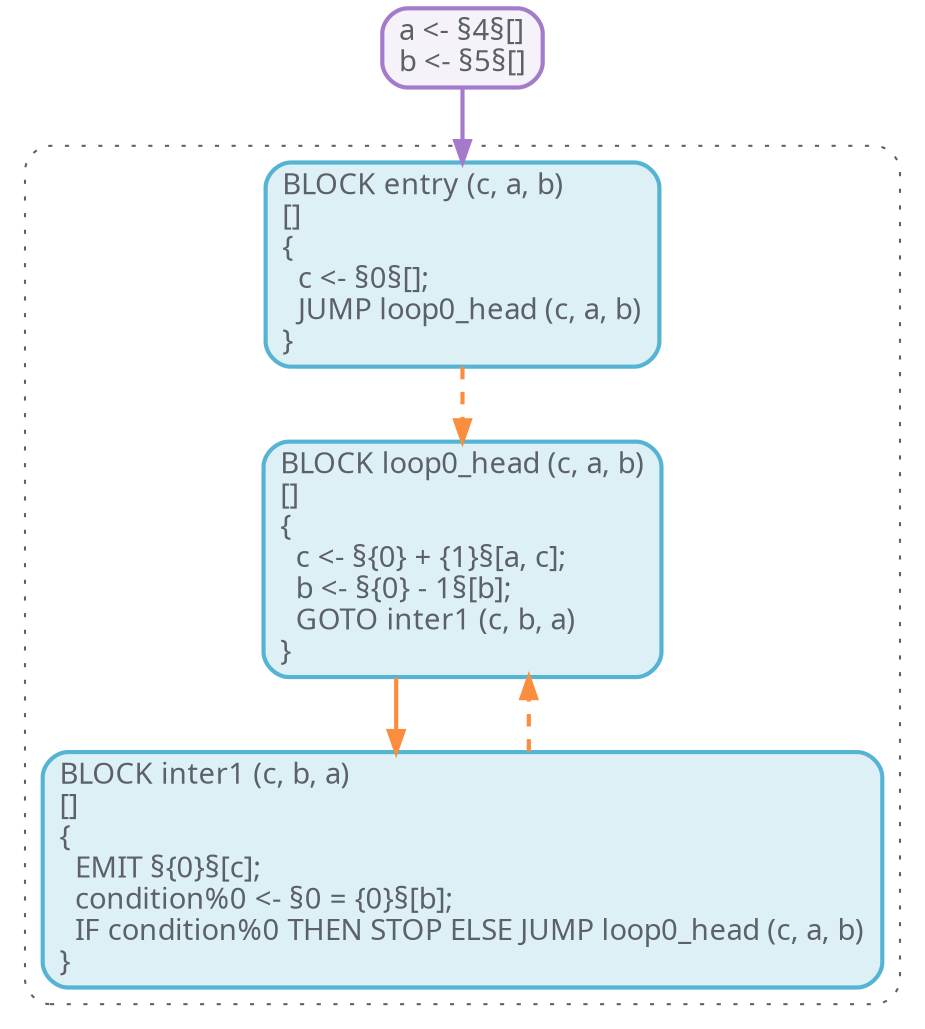
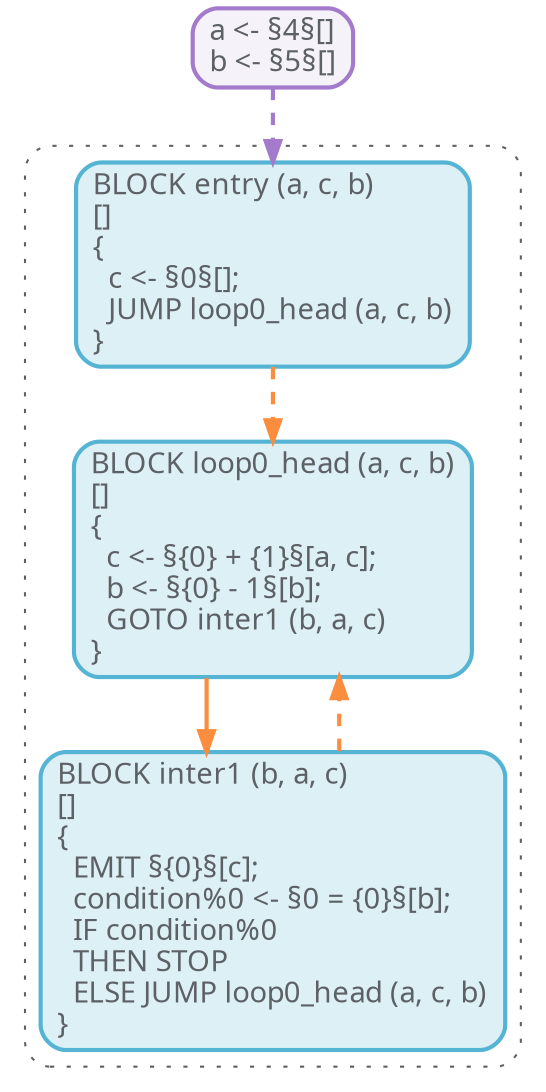
digraph "%pdg%" {
-   rankdir="TB";
  node [
    shape=rectangle,
    nojustify=true,
    penwidth=2,
    style="rounded,filled",
    fontcolor="#5C6166",
    fontname = "PragmataPro",
  ];
  graph [
    fontname = "PragmataPro",
    splines=ortho
  ];
  edge [
    fontname = "PragmataPro",
    penwidth=2,
    color="#FA8D3E"
  ];
  subgraph "%cfg%" {
-     rankdir="LR";
    cluster=true;
    style="rounded,dotted";
    color="#5C6166";
    node [
      fillcolor="#DDF0F6",
      color="#55B4D4"
    ];
    edge [
      color="#FA8D3E"
    ];
-     "entry" [label="BLOCK entry (c, a, b)\l[]\l{\l  c <- §0§[];\l  JUMP loop0_head (c, a, b)\l}\l"];
-     "loop0_head" [label="BLOCK loop0_head (c, a, b)\l[]\l{\l  c <- §{0} + {1}§[a, c];\l  b <- §{0} - 1§[b];\l  GOTO inter1 (c, b, a)\l}\l"];
-     "inter1" [label="BLOCK inter1 (c, b, a)\l[]\l{\l  EMIT §{0}§[c];\l  condition%0 <- §0 = {0}§[b];\l  IF condition%0 THEN STOP ELSE JUMP loop0_head (c, a, b)\l}\l"];
+     "entry" [label="BLOCK entry (a, c, b)\l[]\l{\l  c <- §0§[];\l  JUMP loop0_head (a, c, b)\l}\l"];
+     "loop0_head" [label="BLOCK loop0_head (a, c, b)\l[]\l{\l  c <- §{0} + {1}§[a, c];\l  b <- §{0} - 1§[b];\l  GOTO inter1 (b, a, c)\l}\l"];
+     "inter1" [label="BLOCK inter1 (b, a, c)\l[]\l{\l  EMIT §{0}§[c];\l  condition%0 <- §0 = {0}§[b];\l  IF condition%0\l  THEN STOP\l  ELSE JUMP loop0_head (a, c, b)\l}\l"];
    "entry" -> "loop0_head" [style="dashed"];
    "loop0_head" -> "inter1" [style="solid"];
    "inter1" -> "loop0_head" [style="dashed"];
  }
  subgraph "%inputs%" {
    node [
      fillcolor="#F6F2F9",
      color="#A37ACC";
    ];
    edge [
-       color="#A37ACC"
+       color="#A37ACC",
+       style="dashed"
    ];
-     "%inputs%" [label="a <- §4§[]\lb <- §5§[]"];
+     "%inputs%" [label="a <- §4§[]\lb <- §5§[]\l"];
    "%inputs%" -> "entry";
  }
}
